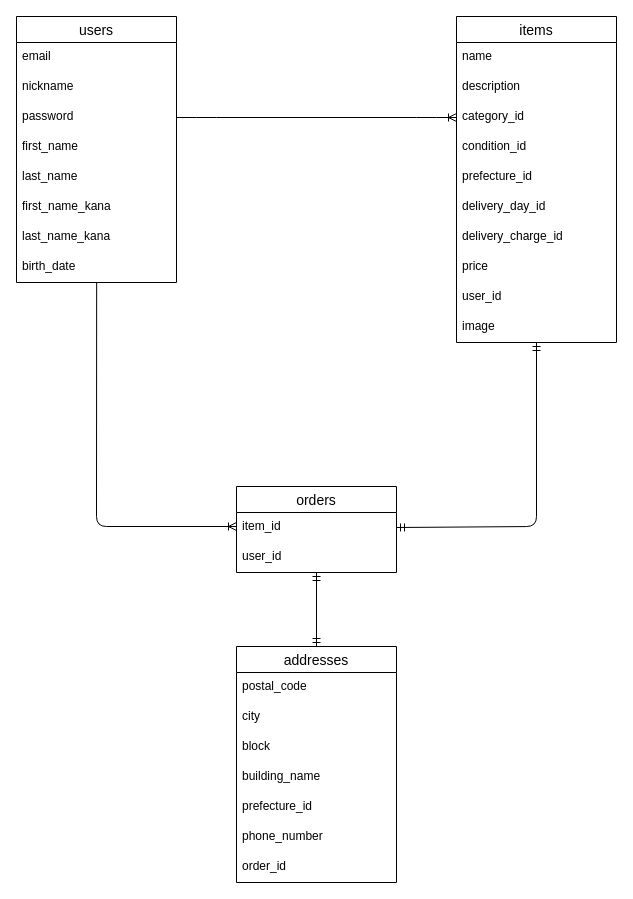
The draw.io diagram furima.dio in mgmkei/furima-40766, before the edit. Source tidied: cells renumbered, new cells numbered last; positions are measured from the earlier drawing's top-left corner, leaving out a move shared by most shapes. Both pictures are drawn from the tidied source at 100%, with x=0, y=0 at pixel (16, 16).
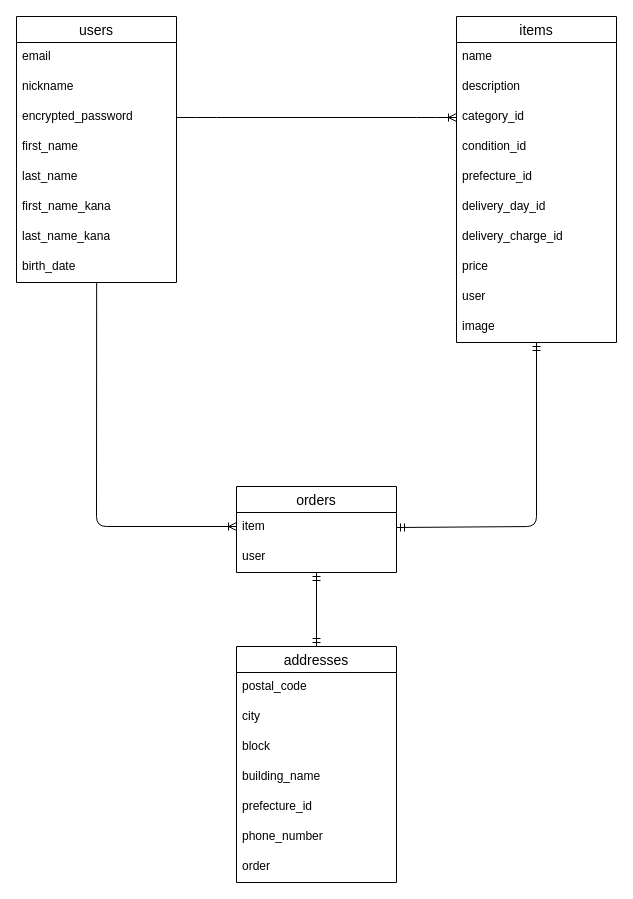
The same diagram, later.

Commit message (it also covers changes not shown here):
ER図と電話番号の型の修正

The change refers to these unchanged cells:
```xml
<mxCell id="2" value="users" style="swimlane;fontStyle=0;horizontal=1;startSize=26;align=center;fontSize=14;" parent="1" vertex="1">
  <mxGeometry width="160" height="266" as="geometry" />
</mxCell>
<mxCell id="11" value="items" style="swimlane;fontStyle=0;horizontal=1;startSize=26;align=center;fontSize=14;" parent="1" vertex="1">
  <mxGeometry x="440" width="160" height="326" as="geometry" />
</mxCell>
<mxCell id="23" value="orders" style="swimlane;fontStyle=0;horizontal=1;startSize=26;align=center;fontSize=14;" parent="1" vertex="1">
  <mxGeometry x="220" y="470" width="160" height="86" as="geometry" />
</mxCell>
<mxCell id="28" value="addresses" style="swimlane;fontStyle=0;horizontal=1;startSize=26;align=center;fontSize=14;" parent="1" vertex="1">
  <mxGeometry x="220" y="630" width="160" height="236" as="geometry" />
</mxCell>
```

What changed in the source:
```diff
@@
-    <mxCell id="5" value="password" style="text;strokeColor=none;fillColor=none;spacingLeft=4;spacingRight=4;overflow=hidden;points=[[0,0.5],[1,0.5]];portConstraint=eastwest;fontSize=12;" parent="2" vertex="1">
+    <mxCell id="5" value="encrypted_password" style="text;strokeColor=none;fillColor=none;spacingLeft=4;spacingRight=4;overflow=hidden;points=[[0,0.5],[1,0.5]];portConstraint=eastwest;fontSize=12;" parent="2" vertex="1">
       <mxGeometry y="86" width="160" height="30" as="geometry" />
     </mxCell>
@@
-    <mxCell id="20" value="user_id" style="text;strokeColor=none;fillColor=none;spacingLeft=4;spacingRight=4;overflow=hidden;fontSize=12;" parent="11" vertex="1">
+    <mxCell id="20" value="user" style="text;strokeColor=none;fillColor=none;spacingLeft=4;spacingRight=4;overflow=hidden;fontSize=12;" parent="11" vertex="1">
       <mxGeometry y="266" width="160" height="30" as="geometry" />
     </mxCell>
@@
-    <mxCell id="24" value="item_id" style="text;strokeColor=none;fillColor=none;spacingLeft=4;spacingRight=4;overflow=hidden;points=[[0,0.5],[1,0.5]];portConstraint=eastwest;fontSize=12;" parent="23" vertex="1">
+    <mxCell id="24" value="item" style="text;strokeColor=none;fillColor=none;spacingLeft=4;spacingRight=4;overflow=hidden;points=[[0,0.5],[1,0.5]];portConstraint=eastwest;fontSize=12;" parent="23" vertex="1">
       <mxGeometry y="26" width="160" height="30" as="geometry" />
     </mxCell>
-    <mxCell id="25" value="user_id" style="text;strokeColor=none;fillColor=none;spacingLeft=4;spacingRight=4;overflow=hidden;points=[[0,0.5],[1,0.5]];portConstraint=eastwest;fontSize=12;" parent="23" vertex="1">
+    <mxCell id="25" value="user" style="text;strokeColor=none;fillColor=none;spacingLeft=4;spacingRight=4;overflow=hidden;points=[[0,0.5],[1,0.5]];portConstraint=eastwest;fontSize=12;" parent="23" vertex="1">
       <mxGeometry y="56" width="160" height="30" as="geometry" />
     </mxCell>
@@
-    <mxCell id="35" value="order_id" style="text;strokeColor=none;fillColor=none;spacingLeft=4;spacingRight=4;overflow=hidden;fontSize=12;" parent="28" vertex="1">
+    <mxCell id="35" value="order" style="text;strokeColor=none;fillColor=none;spacingLeft=4;spacingRight=4;overflow=hidden;fontSize=12;" parent="28" vertex="1">
       <mxGeometry y="206" width="160" height="30" as="geometry" />
     </mxCell>
```
